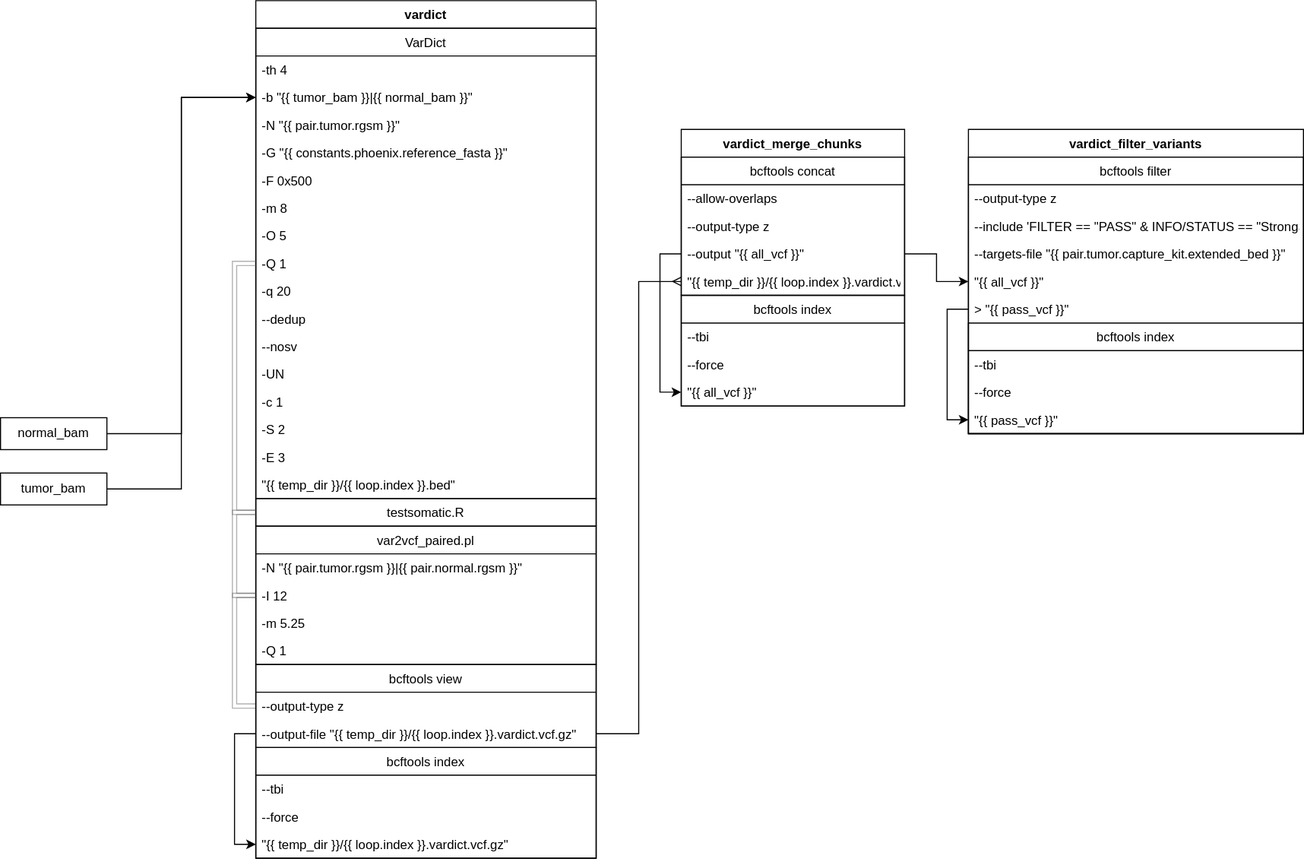
This is docs/source/phoenix/workflows/embed/Somatic_Vardict.svg from bryce-turner/tgen-jetstream-docs, a draw.io export, as it was before one commit. Source tidied: cells renumbered, new cells last; positions are measured from the earlier drawing's top-left corner, leaving out a move shared by most shapes.
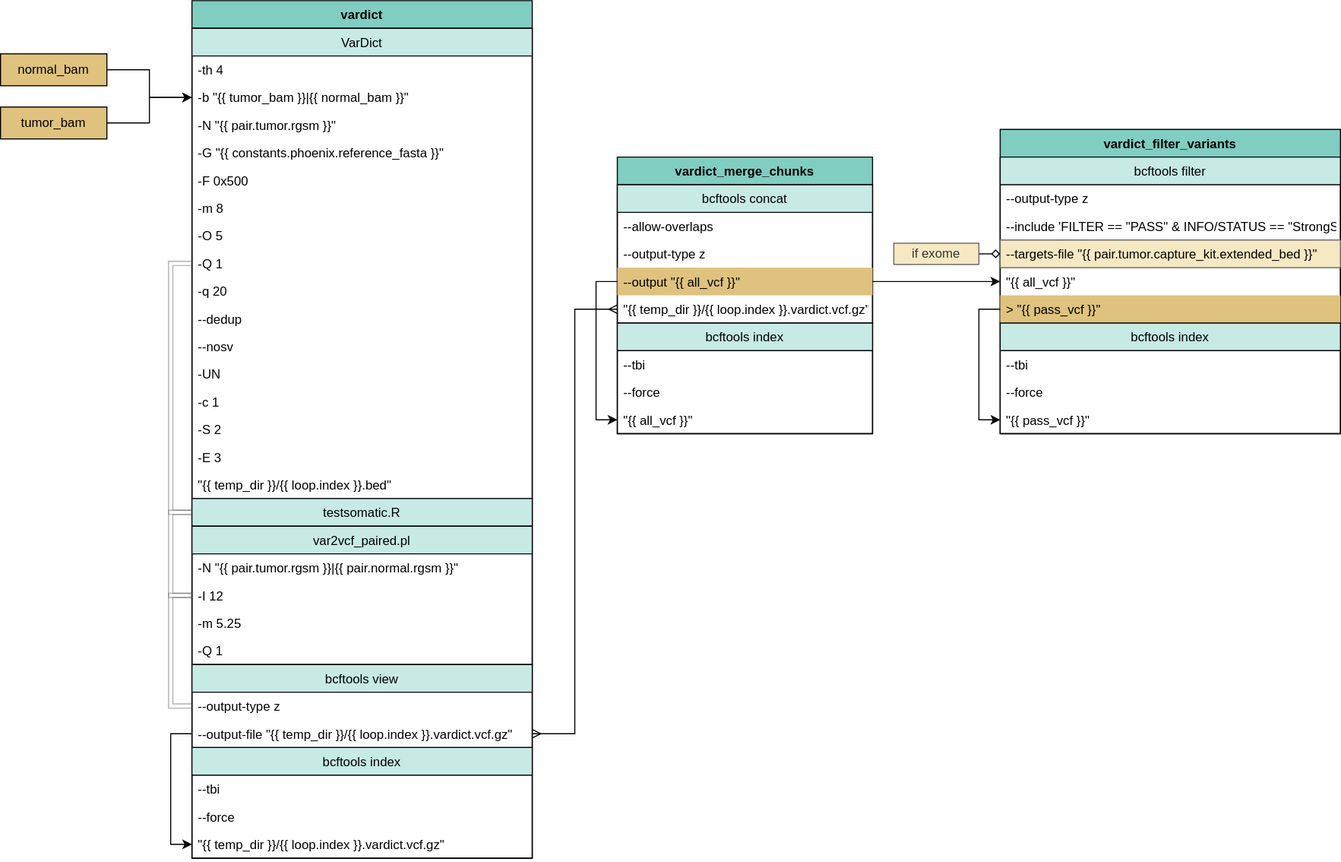
After the commit.

Commit message:
Updated connection types and color scheme

The edit, as a diff of the source:
```diff
@@ -5,19 +5,19 @@
     <mxCell id="2" style="edgeStyle=orthogonalEdgeStyle;rounded=0;jettySize=auto;html=1;exitX=1;exitY=0.5;exitDx=0;exitDy=0;entryX=0;entryY=0.5;entryDx=0;entryDy=0;" parent="1" edge="1" source="3" target="9">
       <mxGeometry relative="1" as="geometry" />
     </mxCell>
-    <mxCell id="3" value="normal_bam" style="whiteSpace=wrap;html=1;" parent="1" vertex="1">
-      <mxGeometry y="392" width="100" height="30" as="geometry" />
+    <mxCell id="3" value="normal_bam" style="whiteSpace=wrap;html=1;fillColor=#dfc27d;" parent="1" vertex="1">
+      <mxGeometry x="60" y="10" width="100" height="30" as="geometry" />
     </mxCell>
     <mxCell id="4" style="edgeStyle=orthogonalEdgeStyle;rounded=0;jettySize=auto;html=1;exitX=1;exitY=0.5;exitDx=0;exitDy=0;entryX=0;entryY=0.5;entryDx=0;entryDy=0;" parent="1" edge="1" source="5" target="9">
       <mxGeometry relative="1" as="geometry" />
     </mxCell>
-    <mxCell id="5" value="tumor_bam" style="whiteSpace=wrap;html=1;" parent="1" vertex="1">
-      <mxGeometry y="444" width="100" height="30" as="geometry" />
+    <mxCell id="5" value="tumor_bam" style="whiteSpace=wrap;html=1;fillColor=#dfc27d;" parent="1" vertex="1">
+      <mxGeometry x="60" y="60" width="100" height="30" as="geometry" />
     </mxCell>
-    <mxCell id="6" value="vardict" style="swimlane;fontStyle=1;horizontal=1;startSize=26;fillColor=none;direction=east;" parent="1" vertex="1">
-      <mxGeometry x="240" width="320" height="806" as="geometry" />
+    <mxCell id="6" value="vardict" style="swimlane;fontStyle=1;horizontal=1;startSize=26;fillColor=#80cdc1;direction=east;" parent="1" vertex="1">
+      <mxGeometry x="240" y="-40" width="320" height="806" as="geometry" />
     </mxCell>
-    <mxCell id="7" value="VarDict" style="swimlane;fontStyle=0;horizontal=1;startSize=26;fillColor=none;" parent="6" vertex="1">
+    <mxCell id="7" value="VarDict" style="swimlane;fontStyle=0;horizontal=1;startSize=26;fillColor=#c7eae5;" parent="6" vertex="1">
       <mxGeometry y="26" width="320" height="442" as="geometry" />
     </mxCell>
     <mxCell id="8" value="-th 4" style="text;strokeColor=none;fillColor=none;align=left;verticalAlign=top;spacingLeft=4;spacingRight=4;overflow=hidden;" parent="7" vertex="1">
@@ -71,13 +71,13 @@
     <mxCell id="24" style="edgeStyle=orthogonalEdgeStyle;shape=link;rounded=0;jettySize=auto;html=1;exitX=0;exitY=0.5;exitDx=0;exitDy=0;entryX=0;entryY=0.5;entryDx=0;entryDy=0;startArrow=none;startFill=0;endArrow=none;endFill=1;sourcePerimeterSpacing=10;targetPerimeterSpacing=10;strokeColor=#666666;strokeWidth=1;fillColor=#f5f5f5;opacity=50;" parent="6" edge="1" source="25" target="7">
       <mxGeometry relative="1" as="geometry" />
     </mxCell>
-    <mxCell id="25" value="testsomatic.R" style="swimlane;fontStyle=0;horizontal=1;startSize=26;fillColor=none;" parent="6" vertex="1" collapsed="1">
+    <mxCell id="25" value="testsomatic.R" style="swimlane;fontStyle=0;horizontal=1;startSize=26;fillColor=#c7eae5;" parent="6" vertex="1" collapsed="1">
       <mxGeometry y="468" width="320" height="26" as="geometry" />
     </mxCell>
     <mxCell id="26" style="edgeStyle=orthogonalEdgeStyle;shape=link;rounded=0;jettySize=auto;html=1;exitX=0;exitY=0.5;exitDx=0;exitDy=0;entryX=0;entryY=0.5;entryDx=0;entryDy=0;startArrow=none;startFill=0;endArrow=none;endFill=1;sourcePerimeterSpacing=10;targetPerimeterSpacing=10;strokeColor=#666666;strokeWidth=1;fillColor=#f5f5f5;opacity=50;" parent="6" edge="1" source="27" target="25">
       <mxGeometry relative="1" as="geometry" />
     </mxCell>
-    <mxCell id="27" value="var2vcf_paired.pl" style="swimlane;fontStyle=0;horizontal=1;startSize=26;fillColor=none;" parent="6" vertex="1">
+    <mxCell id="27" value="var2vcf_paired.pl" style="swimlane;fontStyle=0;horizontal=1;startSize=26;fillColor=#c7eae5;" parent="6" vertex="1">
       <mxGeometry y="494" width="320" height="130" as="geometry" />
     </mxCell>
     <mxCell id="28" value="-N &quot;{{ pair.tumor.rgsm }}|{{ pair.normal.rgsm }}&quot;" style="text;strokeColor=none;fillColor=none;align=left;verticalAlign=top;spacingLeft=4;spacingRight=4;overflow=hidden;" parent="27" vertex="1">
@@ -95,7 +95,7 @@
     <mxCell id="32" style="edgeStyle=orthogonalEdgeStyle;shape=link;rounded=0;jettySize=auto;html=1;exitX=0;exitY=0.5;exitDx=0;exitDy=0;entryX=0;entryY=0.5;entryDx=0;entryDy=0;startArrow=none;startFill=0;endArrow=none;endFill=1;sourcePerimeterSpacing=10;targetPerimeterSpacing=10;strokeColor=#666666;strokeWidth=1;fillColor=#f5f5f5;opacity=50;" parent="6" edge="1" source="33" target="27">
       <mxGeometry relative="1" as="geometry" />
     </mxCell>
-    <mxCell id="33" value="bcftools view" style="swimlane;fontStyle=0;horizontal=1;startSize=26;fillColor=none;" parent="6" vertex="1">
+    <mxCell id="33" value="bcftools view" style="swimlane;fontStyle=0;horizontal=1;startSize=26;fillColor=#c7eae5;" parent="6" vertex="1">
       <mxGeometry y="624" width="320" height="78" as="geometry" />
     </mxCell>
     <mxCell id="34" value="--output-type z" style="text;strokeColor=none;fillColor=none;align=left;verticalAlign=top;spacingLeft=4;spacingRight=4;overflow=hidden;" parent="33" vertex="1">
@@ -104,7 +104,7 @@
     <mxCell id="35" value="--output-file &quot;{{ temp_dir }}/{{ loop.index }}.vardict.vcf.gz&quot;" style="text;strokeColor=none;fillColor=none;align=left;verticalAlign=top;spacingLeft=4;spacingRight=4;overflow=hidden;points=[[0,0.5],[1,0.5]];portConstraint=eastwest;" parent="33" vertex="1">
       <mxGeometry y="52" width="320" height="26" as="geometry" />
     </mxCell>
-    <mxCell id="36" value="bcftools index" style="swimlane;fontStyle=0;horizontal=1;startSize=26;fillColor=none;" parent="6" vertex="1">
+    <mxCell id="36" value="bcftools index" style="swimlane;fontStyle=0;horizontal=1;startSize=26;fillColor=#c7eae5;" parent="6" vertex="1">
       <mxGeometry y="702" width="320" height="104" as="geometry" />
     </mxCell>
     <mxCell id="37" value="--tbi" style="text;strokeColor=none;fillColor=none;align=left;verticalAlign=top;spacingLeft=4;spacingRight=4;overflow=hidden;" parent="36" vertex="1">
@@ -119,80 +119,86 @@
     <mxCell id="40" style="edgeStyle=orthogonalEdgeStyle;rounded=0;jettySize=auto;html=1;exitX=0;exitY=0.5;exitDx=0;exitDy=0;entryX=0;entryY=0.5;entryDx=0;entryDy=0;startArrow=none;startFill=0;endArrow=classic;endFill=1;sourcePerimeterSpacing=10;targetPerimeterSpacing=10;strokeWidth=1;" parent="6" edge="1" source="35" target="39">
       <mxGeometry relative="1" as="geometry" />
     </mxCell>
-    <mxCell id="41" value="vardict_filter_variants" style="swimlane;fontStyle=1;horizontal=1;startSize=26;fillColor=none;direction=east;" parent="1" vertex="1">
-      <mxGeometry x="910" y="121" width="315" height="286" as="geometry" />
+    <mxCell id="41" value="vardict_filter_variants" style="swimlane;fontStyle=1;horizontal=1;startSize=26;fillColor=#80cdc1;direction=east;" parent="1" vertex="1">
+      <mxGeometry x="1000" y="81" width="320" height="286" as="geometry" />
     </mxCell>
-    <mxCell id="42" value="bcftools filter" style="swimlane;fontStyle=0;horizontal=1;startSize=26;fillColor=none;" parent="41" vertex="1">
-      <mxGeometry y="26" width="315" height="260" as="geometry" />
+    <mxCell id="42" value="bcftools filter" style="swimlane;fontStyle=0;horizontal=1;startSize=26;fillColor=#c7eae5;" parent="41" vertex="1">
+      <mxGeometry y="26" width="320" height="156" as="geometry" />
     </mxCell>
     <mxCell id="43" value="--output-type z" style="text;strokeColor=none;fillColor=none;align=left;verticalAlign=top;spacingLeft=4;spacingRight=4;overflow=hidden;" parent="42" vertex="1">
-      <mxGeometry y="26" width="315" height="26" as="geometry" />
+      <mxGeometry y="26" width="320" height="26" as="geometry" />
     </mxCell>
     <mxCell id="44" value="--include 'FILTER == &quot;PASS&quot; &amp; INFO/STATUS == &quot;StrongSomatic&quot;'" style="text;strokeColor=none;fillColor=none;align=left;verticalAlign=top;spacingLeft=4;spacingRight=4;overflow=hidden;" parent="42" vertex="1">
-      <mxGeometry y="52" width="315" height="26" as="geometry" />
+      <mxGeometry y="52" width="320" height="26" as="geometry" />
     </mxCell>
-    <mxCell id="45" value="--targets-file &quot;{{ pair.tumor.capture_kit.extended_bed }}&quot;" style="text;strokeColor=none;fillColor=none;align=left;verticalAlign=top;spacingLeft=4;spacingRight=4;overflow=hidden;points=[[0,0.5],[1,0.5]];portConstraint=eastwest;" parent="42" vertex="1">
-      <mxGeometry y="78" width="315" height="26" as="geometry" />
+    <mxCell id="45" value="--targets-file &quot;{{ pair.tumor.capture_kit.extended_bed }}&quot;" style="text;strokeColor=#666666;fillColor=#f6e8c3;align=left;verticalAlign=top;spacingLeft=4;spacingRight=4;overflow=hidden;points=[[0,0.5],[1,0.5]];portConstraint=eastwest;" parent="42" vertex="1">
+      <mxGeometry y="78" width="320" height="26" as="geometry" />
     </mxCell>
     <mxCell id="46" value="&quot;{{ all_vcf }}&quot;" style="text;strokeColor=none;fillColor=none;align=left;verticalAlign=top;spacingLeft=4;spacingRight=4;overflow=hidden;points=[[0,0.5],[1,0.5]];portConstraint=eastwest;" parent="42" vertex="1">
-      <mxGeometry y="104" width="315" height="26" as="geometry" />
+      <mxGeometry y="104" width="320" height="26" as="geometry" />
     </mxCell>
-    <mxCell id="47" style="edgeStyle=orthogonalEdgeStyle;rounded=0;jettySize=auto;html=1;exitX=0;exitY=0.5;exitDx=0;exitDy=0;entryX=0;entryY=0.5;entryDx=0;entryDy=0;" parent="42" edge="1" source="48" target="52">
-      <mxGeometry relative="1" as="geometry" />
-    </mxCell>
-    <mxCell id="48" value="&gt; &quot;{{ pass_vcf }}&quot;" style="text;strokeColor=none;fillColor=none;align=left;verticalAlign=top;spacingLeft=4;spacingRight=4;overflow=hidden;points=[[0,0.5],[1,0.5]];portConstraint=eastwest;" parent="42" vertex="1">
-      <mxGeometry y="130" width="315" height="26" as="geometry" />
+    <mxCell id="48" value="&gt; &quot;{{ pass_vcf }}&quot;" style="text;strokeColor=none;fillColor=#dfc27d;align=left;verticalAlign=top;spacingLeft=4;spacingRight=4;overflow=hidden;points=[[0,0.5],[1,0.5]];portConstraint=eastwest;" parent="42" vertex="1">
+      <mxGeometry y="130" width="320" height="26" as="geometry" />
     </mxCell>
-    <mxCell id="49" value="bcftools index" style="swimlane;fontStyle=0;horizontal=1;startSize=26;fillColor=none;" parent="42" vertex="1">
-      <mxGeometry y="156" width="315" height="104" as="geometry" />
+    <mxCell id="49" value="bcftools index" style="swimlane;fontStyle=0;horizontal=1;startSize=26;fillColor=#c7eae5;" parent="41" vertex="1">
+      <mxGeometry y="182" width="320" height="104" as="geometry" />
     </mxCell>
     <mxCell id="50" value="--tbi" style="text;strokeColor=none;fillColor=none;align=left;verticalAlign=top;spacingLeft=4;spacingRight=4;overflow=hidden;" parent="49" vertex="1">
-      <mxGeometry y="26" width="315" height="26" as="geometry" />
+      <mxGeometry y="26" width="320" height="26" as="geometry" />
     </mxCell>
     <mxCell id="51" value="--force" style="text;strokeColor=none;fillColor=none;align=left;verticalAlign=top;spacingLeft=4;spacingRight=4;overflow=hidden;" parent="49" vertex="1">
-      <mxGeometry y="52" width="315" height="26" as="geometry" />
+      <mxGeometry y="52" width="320" height="26" as="geometry" />
     </mxCell>
     <mxCell id="52" value="&quot;{{ pass_vcf }}&quot;" style="text;strokeColor=none;fillColor=none;align=left;verticalAlign=top;spacingLeft=4;spacingRight=4;overflow=hidden;points=[[0,0.5],[1,0.5]];portConstraint=eastwest;" parent="49" vertex="1">
-      <mxGeometry y="78" width="315" height="26" as="geometry" />
+      <mxGeometry y="78" width="320" height="26" as="geometry" />
     </mxCell>
+    <mxCell id="47" style="edgeStyle=orthogonalEdgeStyle;rounded=0;jettySize=auto;html=1;exitX=0;exitY=0.5;exitDx=0;exitDy=0;entryX=0;entryY=0.5;entryDx=0;entryDy=0;" parent="41" edge="1" source="48" target="52">
+      <mxGeometry relative="1" as="geometry" />
+    </mxCell>
-    <mxCell id="53" value="vardict_merge_chunks" style="swimlane;fontStyle=1;horizontal=1;startSize=26;fillColor=none;direction=east;" parent="1" vertex="1">
-      <mxGeometry x="640" y="121" width="210" height="260" as="geometry" />
+    <mxCell id="53" value="vardict_merge_chunks" style="swimlane;fontStyle=1;horizontal=1;startSize=26;fillColor=#80cdc1;direction=east;" parent="1" vertex="1">
+      <mxGeometry x="640" y="107" width="240" height="260" as="geometry" />
     </mxCell>
-    <mxCell id="54" value="bcftools concat" style="swimlane;fontStyle=0;horizontal=1;startSize=26;fillColor=none;" parent="53" vertex="1">
-      <mxGeometry y="26" width="210" height="130" as="geometry" />
+    <mxCell id="54" value="bcftools concat" style="swimlane;fontStyle=0;horizontal=1;startSize=26;fillColor=#c7eae5;" parent="53" vertex="1">
+      <mxGeometry y="26" width="240" height="130" as="geometry" />
     </mxCell>
     <mxCell id="55" value="--allow-overlaps" style="text;strokeColor=none;fillColor=none;align=left;verticalAlign=top;spacingLeft=4;spacingRight=4;overflow=hidden;" parent="54" vertex="1">
-      <mxGeometry y="26" width="210" height="26" as="geometry" />
+      <mxGeometry y="26" width="240" height="26" as="geometry" />
     </mxCell>
     <mxCell id="56" value="--output-type z" style="text;strokeColor=none;fillColor=none;align=left;verticalAlign=top;spacingLeft=4;spacingRight=4;overflow=hidden;" parent="54" vertex="1">
-      <mxGeometry y="52" width="210" height="26" as="geometry" />
+      <mxGeometry y="52" width="240" height="26" as="geometry" />
     </mxCell>
-    <mxCell id="57" value="--output &quot;{{ all_vcf }}&quot;" style="text;strokeColor=none;fillColor=none;align=left;verticalAlign=top;spacingLeft=4;spacingRight=4;overflow=hidden;points=[[0,0.5],[1,0.5]];portConstraint=eastwest;" parent="54" vertex="1">
-      <mxGeometry y="78" width="210" height="26" as="geometry" />
+    <mxCell id="57" value="--output &quot;{{ all_vcf }}&quot;" style="text;strokeColor=none;fillColor=#dfc27d;align=left;verticalAlign=top;spacingLeft=4;spacingRight=4;overflow=hidden;points=[[0,0.5],[1,0.5]];portConstraint=eastwest;" parent="54" vertex="1">
+      <mxGeometry y="78" width="240" height="26" as="geometry" />
     </mxCell>
     <mxCell id="58" value="&quot;{{ temp_dir }}/{{ loop.index }}.vardict.vcf.gz&quot;" style="text;strokeColor=none;fillColor=none;align=left;verticalAlign=top;spacingLeft=4;spacingRight=4;overflow=hidden;points=[[0,0.5],[1,0.5]];portConstraint=eastwest;" parent="54" vertex="1">
-      <mxGeometry y="104" width="210" height="26" as="geometry" />
+      <mxGeometry y="104" width="240" height="26" as="geometry" />
     </mxCell>
-    <mxCell id="59" value="bcftools index" style="swimlane;fontStyle=0;horizontal=1;startSize=26;fillColor=none;" parent="53" vertex="1">
-      <mxGeometry y="156" width="210" height="104" as="geometry" />
+    <mxCell id="59" value="bcftools index" style="swimlane;fontStyle=0;horizontal=1;startSize=26;fillColor=#c7eae5;" parent="53" vertex="1">
+      <mxGeometry y="156" width="240" height="104" as="geometry" />
     </mxCell>
     <mxCell id="60" value="--tbi" style="text;strokeColor=none;fillColor=none;align=left;verticalAlign=top;spacingLeft=4;spacingRight=4;overflow=hidden;" parent="59" vertex="1">
-      <mxGeometry y="26" width="210" height="26" as="geometry" />
+      <mxGeometry y="26" width="240" height="26" as="geometry" />
     </mxCell>
     <mxCell id="61" value="--force" style="text;strokeColor=none;fillColor=none;align=left;verticalAlign=top;spacingLeft=4;spacingRight=4;overflow=hidden;" parent="59" vertex="1">
-      <mxGeometry y="52" width="210" height="26" as="geometry" />
+      <mxGeometry y="52" width="240" height="26" as="geometry" />
     </mxCell>
     <mxCell id="62" value="&quot;{{ all_vcf }}&quot;" style="text;strokeColor=none;fillColor=none;align=left;verticalAlign=top;spacingLeft=4;spacingRight=4;overflow=hidden;points=[[0,0.5],[1,0.5]];portConstraint=eastwest;" parent="59" vertex="1">
-      <mxGeometry y="78" width="210" height="26" as="geometry" />
+      <mxGeometry y="78" width="240" height="26" as="geometry" />
     </mxCell>
     <mxCell id="63" style="edgeStyle=orthogonalEdgeStyle;rounded=0;jettySize=auto;html=1;exitX=0;exitY=0.5;exitDx=0;exitDy=0;entryX=0;entryY=0.5;entryDx=0;entryDy=0;" parent="53" edge="1" source="57" target="62">
       <mxGeometry relative="1" as="geometry" />
     </mxCell>
-    <mxCell id="64" style="edgeStyle=orthogonalEdgeStyle;rounded=0;jettySize=auto;html=1;exitX=1;exitY=0.5;exitDx=0;exitDy=0;entryX=0;entryY=0.5;entryDx=0;entryDy=0;endArrow=ERmany;endFill=0;" parent="1" edge="1" source="35" target="58">
+    <mxCell id="64" style="edgeStyle=orthogonalEdgeStyle;rounded=0;jettySize=auto;html=1;exitX=1;exitY=0.5;exitDx=0;exitDy=0;entryX=0;entryY=0.5;entryDx=0;entryDy=0;endArrow=ERmany;endFill=0;startArrow=ERmany;startFill=0;" parent="1" edge="1" source="35" target="58">
       <mxGeometry relative="1" as="geometry" />
     </mxCell>
     <mxCell id="65" style="edgeStyle=orthogonalEdgeStyle;rounded=0;jettySize=auto;html=1;exitX=1;exitY=0.5;exitDx=0;exitDy=0;entryX=0;entryY=0.5;entryDx=0;entryDy=0;" parent="1" edge="1" source="57" target="46">
       <mxGeometry relative="1" as="geometry" />
     </mxCell>
+    <mxCell id="66" style="edgeStyle=orthogonalEdgeStyle;rounded=0;jettySize=auto;html=1;exitX=1;exitY=0.5;exitDx=0;exitDy=0;entryX=0;entryY=0.5;entryDx=0;entryDy=0;startArrow=none;startFill=0;endArrow=diamond;endFill=0;" parent="1" edge="1" source="67" target="45">
+      <mxGeometry relative="1" as="geometry" />
+    </mxCell>
+    <mxCell id="67" value="if exome" style="text;html=1;strokeColor=#666666;fillColor=#f6e8c3;align=center;verticalAlign=middle;whiteSpace=wrap;rounded=0;fontColor=#333333;" parent="1" vertex="1">
+      <mxGeometry x="900" y="188" width="80" height="20" as="geometry" />
+    </mxCell>
   </root>
 </mxGraphModel>
```
